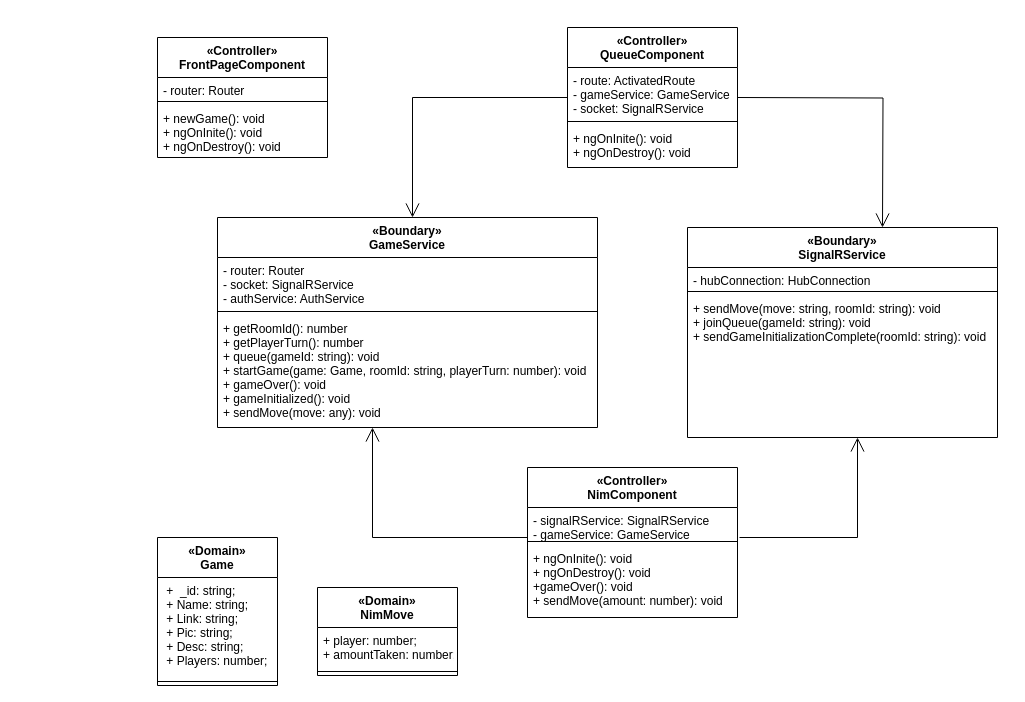
Earlier version of the draw.io diagram page "CD - FE" (6 of 6) of diagrams/arkitektur/US1&5_spil.drawio (Macradon/I7BAC-PlugNPlay). Source tidied: cells renumbered, new cells numbered last; positions are measured from the earlier drawing's top-left corner, leaving out a move shared by most shapes. Both pictures are drawn from the tidied source at 100%, with x=0, y=0 at pixel (157, 27).
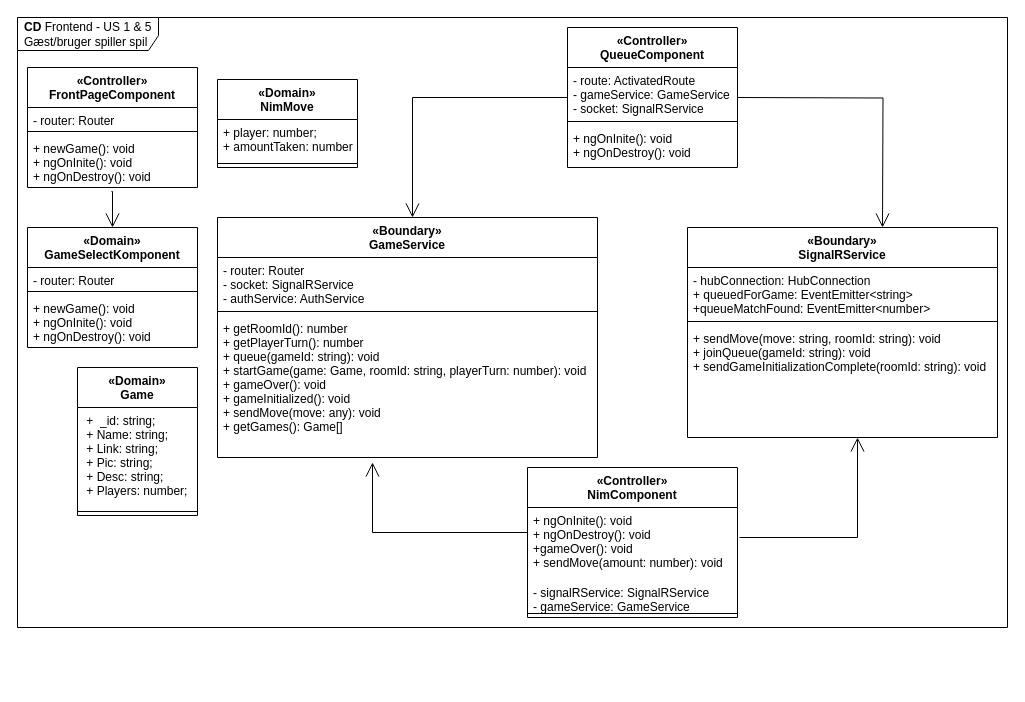
Above is the later version.

Unchanged cells that the change refers to:
```xml
<mxCell id="5" value="+ newGame(): void&#10;+ ngOnInite(): void&#10;+ ngOnDestroy(): void" style="text;strokeColor=none;fillColor=none;align=left;verticalAlign=top;spacingLeft=4;spacingRight=4;overflow=hidden;points=[[0,0.5],[1,0.5]];portConstraint=eastwest;" parent="2" vertex="1">
  <mxGeometry y="68" width="170" height="52" as="geometry" />
</mxCell>
<mxCell id="14" value="«Boundary»&#10;SignalRService" style="swimlane;fontStyle=1;align=center;verticalAlign=top;horizontal=1;startSize=40;" parent="1" vertex="1">
  <mxGeometry x="530" y="200" width="310" height="210" as="geometry" />
</mxCell>
<mxCell id="18" value="«Controller»&#10;NimComponent" style="swimlane;fontStyle=1;align=center;verticalAlign=top;horizontal=1;startSize=40;" parent="1" vertex="1">
  <mxGeometry x="370" y="440" width="210" height="150" as="geometry" />
</mxCell>
```

The edit, as a diff of the source:
```diff
@@
+    <mxCell id="32" value="&lt;b&gt;CD&lt;/b&gt;&amp;nbsp;Frontend - US 1 &amp;amp; 5&lt;br&gt;Gæst/bruger spiller spil" style="shape=umlFrame;whiteSpace=wrap;html=1;width=141;height=33;boundedLbl=1;verticalAlign=middle;align=left;spacingLeft=5;" parent="1" vertex="1">
+      <mxGeometry x="-140" y="-10" width="990" height="610" as="geometry" />
+    </mxCell>
     <mxCell id="2" value="«Controller»&#10;FrontPageComponent" style="swimlane;fontStyle=1;align=center;verticalAlign=top;horizontal=1;startSize=40;" parent="1" vertex="1">
-      <mxGeometry y="10" width="170" height="120" as="geometry" />
+      <mxGeometry x="-130" y="40" width="170" height="120" as="geometry" />
     </mxCell>
@@
     <mxCell id="10" value="«Boundary»&#10;GameService" style="swimlane;fontStyle=1;align=center;verticalAlign=top;horizontal=1;startSize=40;" parent="1" vertex="1">
-      <mxGeometry x="60" y="190" width="380" height="210" as="geometry" />
+      <mxGeometry x="60" y="190" width="380" height="240" as="geometry" />
     </mxCell>
@@
-    <mxCell id="13" value="+ getRoomId(): number&#10;+ getPlayerTurn(): number&#10;+ queue(gameId: string): void&#10;+ startGame(game: Game, roomId: string, playerTurn: number): void&#10;+ gameOver(): void&#10;+ gameInitialized(): void&#10;+ sendMove(move: any): void" style="text;strokeColor=none;fillColor=none;align=left;verticalAlign=top;spacingLeft=4;spacingRight=4;overflow=hidden;" parent="10" vertex="1">
-      <mxGeometry y="98" width="380" height="112" as="geometry" />
+    <mxCell id="13" value="+ getRoomId(): number&#10;+ getPlayerTurn(): number&#10;+ queue(gameId: string): void&#10;+ startGame(game: Game, roomId: string, playerTurn: number): void&#10;+ gameOver(): void&#10;+ gameInitialized(): void&#10;+ sendMove(move: any): void&#10;+ getGames(): Game[]" style="text;strokeColor=none;fillColor=none;align=left;verticalAlign=top;spacingLeft=4;spacingRight=4;overflow=hidden;" parent="10" vertex="1">
+      <mxGeometry y="98" width="380" height="142" as="geometry" />
     </mxCell>
@@
-    <mxCell id="15" value="- hubConnection: HubConnection" style="text;strokeColor=none;fillColor=none;align=left;verticalAlign=top;spacingLeft=4;spacingRight=4;overflow=hidden;" parent="14" vertex="1">
-      <mxGeometry y="40" width="310" height="20" as="geometry" />
+    <mxCell id="15" value="- hubConnection: HubConnection&#10;+ queuedForGame: EventEmitter&lt;string&gt;&#10;+queueMatchFound: EventEmitter&lt;number&gt;" style="text;strokeColor=none;fillColor=none;align=left;verticalAlign=top;spacingLeft=4;spacingRight=4;overflow=hidden;" parent="14" vertex="1">
+      <mxGeometry y="40" width="310" height="50" as="geometry" />
     </mxCell>
     <mxCell id="16" style="line;strokeWidth=1;fillColor=none;align=left;verticalAlign=middle;spacingTop=-1;spacingLeft=3;spacingRight=3;labelPosition=right;" parent="14" vertex="1">
-      <mxGeometry y="60" width="310" height="8" as="geometry" />
+      <mxGeometry y="90" width="310" height="8" as="geometry" />
     </mxCell>
     <mxCell id="17" value="+ sendMove(move: string, roomId: string): void&#10;+ joinQueue(gameId: string): void&#10;+ sendGameInitializationComplete(roomId: string): void" style="text;strokeColor=none;fillColor=none;align=left;verticalAlign=top;spacingLeft=4;spacingRight=4;overflow=hidden;" parent="14" vertex="1">
-      <mxGeometry y="68" width="310" height="142" as="geometry" />
+      <mxGeometry y="98" width="310" height="112" as="geometry" />
     </mxCell>
@@
+    <mxCell id="21" value="+ ngOnInite(): void&#10;+ ngOnDestroy(): void&#10;+gameOver(): void&#10;+ sendMove(amount: number): void" style="text;strokeColor=none;fillColor=none;align=left;verticalAlign=top;spacingLeft=4;spacingRight=4;overflow=hidden;" parent="18" vertex="1">
+      <mxGeometry y="40" width="210" height="72" as="geometry" />
+    </mxCell>
     <mxCell id="19" value="- signalRService: SignalRService&#10;- gameService: GameService" style="text;strokeColor=none;fillColor=none;align=left;verticalAlign=top;spacingLeft=4;spacingRight=4;overflow=hidden;" parent="18" vertex="1">
-      <mxGeometry y="40" width="210" height="30" as="geometry" />
+      <mxGeometry y="112" width="210" height="30" as="geometry" />
     </mxCell>
     <mxCell id="20" style="line;strokeWidth=1;fillColor=none;align=left;verticalAlign=middle;spacingTop=-1;spacingLeft=3;spacingRight=3;labelPosition=right;" parent="18" vertex="1">
-      <mxGeometry y="70" width="210" height="8" as="geometry" />
+      <mxGeometry y="142" width="210" height="8" as="geometry" />
     </mxCell>
-    <mxCell id="21" value="+ ngOnInite(): void&#10;+ ngOnDestroy(): void&#10;+gameOver(): void&#10;+ sendMove(amount: number): void" style="text;strokeColor=none;fillColor=none;align=left;verticalAlign=top;spacingLeft=4;spacingRight=4;overflow=hidden;" parent="18" vertex="1">
-      <mxGeometry y="78" width="210" height="72" as="geometry" />
-    </mxCell>
     <mxCell id="22" value="«Domain»&#10;Game" style="swimlane;fontStyle=1;align=center;verticalAlign=top;horizontal=1;startSize=40;" parent="1" vertex="1">
-      <mxGeometry y="510" width="120" height="148" as="geometry" />
+      <mxGeometry x="-80" y="340" width="120" height="148" as="geometry" />
     </mxCell>
@@
     <mxCell id="25" value="«Domain»&#10;NimMove" style="swimlane;fontStyle=1;align=center;verticalAlign=top;horizontal=1;startSize=40;" parent="1" vertex="1">
-      <mxGeometry x="160" y="560" width="140" height="88" as="geometry" />
+      <mxGeometry x="60" y="52" width="140" height="88" as="geometry" />
     </mxCell>
@@
     <mxCell id="30" style="edgeStyle=orthogonalEdgeStyle;rounded=0;orthogonalLoop=1;jettySize=auto;html=1;endArrow=open;endFill=0;endSize=12;" parent="1" edge="1">
       <mxGeometry relative="1" as="geometry">
-        <mxPoint x="370" y="500" as="sourcePoint" />
-        <mxPoint x="215" y="400" as="targetPoint" />
+        <mxPoint x="370" y="495" as="sourcePoint" />
+        <mxPoint x="215" y="435" as="targetPoint" />
         <Array as="points">
-          <mxPoint x="370" y="510" />
-          <mxPoint x="215" y="510" />
+          <mxPoint x="370" y="505" />
+          <mxPoint x="215" y="505" />
         </Array>
       </mxGeometry>
     </mxCell>
@@
+    <mxCell id="33" value="«Domain»&#10;GameSelectKomponent" style="swimlane;fontStyle=1;align=center;verticalAlign=top;horizontal=1;startSize=40;" parent="1" vertex="1">
+      <mxGeometry x="-130" y="200" width="170" height="120" as="geometry" />
+    </mxCell>
+    <mxCell id="34" value="- router: Router" style="text;strokeColor=none;fillColor=none;align=left;verticalAlign=top;spacingLeft=4;spacingRight=4;overflow=hidden;" parent="33" vertex="1">
+      <mxGeometry y="40" width="170" height="20" as="geometry" />
+    </mxCell>
+    <mxCell id="35" style="line;strokeWidth=1;fillColor=none;align=left;verticalAlign=middle;spacingTop=-1;spacingLeft=3;spacingRight=3;labelPosition=right;" parent="33" vertex="1">
+      <mxGeometry y="60" width="170" height="8" as="geometry" />
+    </mxCell>
+    <mxCell id="36" value="+ newGame(): void&#10;+ ngOnInite(): void&#10;+ ngOnDestroy(): void" style="text;strokeColor=none;fillColor=none;align=left;verticalAlign=top;spacingLeft=4;spacingRight=4;overflow=hidden;" parent="33" vertex="1">
+      <mxGeometry y="68" width="170" height="52" as="geometry" />
+    </mxCell>
+    <mxCell id="37" style="edgeStyle=orthogonalEdgeStyle;rounded=0;jettySize=auto;html=1;endArrow=open;endFill=0;endSize=12;entryX=0.5;entryY=0;entryDx=0;entryDy=0;exitX=0.494;exitY=1.077;exitDx=0;exitDy=0;exitPerimeter=0;" parent="1" edge="1" source="5" target="33">
+      <mxGeometry relative="1" as="geometry">
+        <Array as="points">
+          <mxPoint x="-45" y="164" />
+        </Array>
+      </mxGeometry>
+    </mxCell>
```
